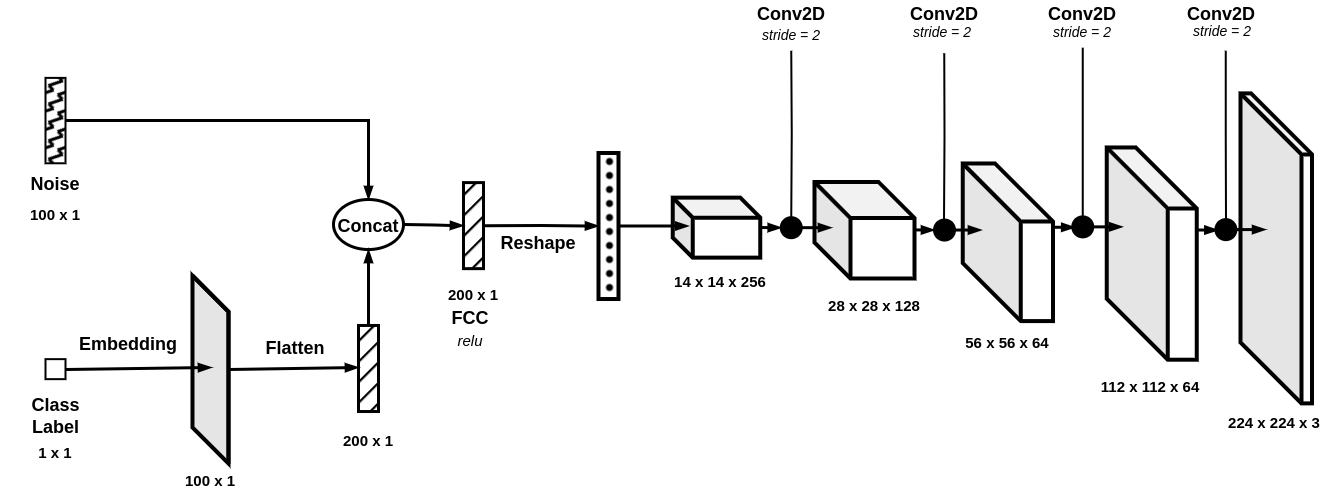
viniciusrpb/drawio_flowcharts keeps this draw.io diagram as generator.png. Above is the earlier version. Source tidied: cells renumbered, new cells last; positions are measured from the earlier drawing's top-left corner, leaving out a move shared by most shapes.
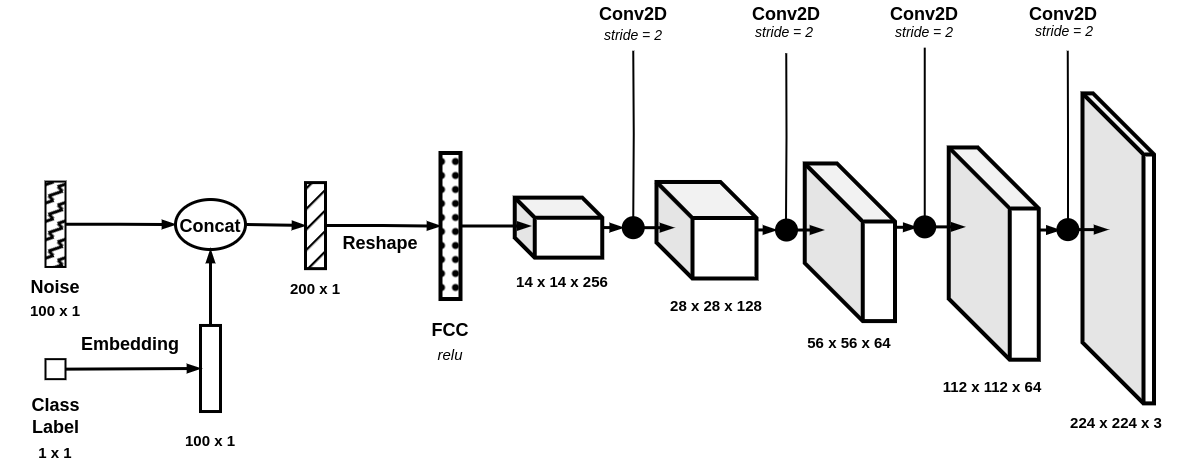
Above is the later version.

Change to the diagram source:
```diff
@@ -6,16 +6,16 @@
       <mxGeometry relative="1" as="geometry" />
     </mxCell>
     <mxCell id="3" style="rounded=0;whiteSpace=wrap;html=1;strokeWidth=2;fillStyle=zigzag-line;fillColor=#000000;" parent="1" vertex="1">
-      <mxGeometry x="45" y="78.4" width="20" height="85.4" as="geometry" />
+      <mxGeometry x="203" y="182.1" width="20" height="85.4" as="geometry" />
     </mxCell>
     <mxCell id="4" value="&lt;div style=&quot;font-size: 18px;&quot;&gt;Noise&lt;/div&gt;" style="text;html=1;strokeColor=none;fillColor=none;align=center;verticalAlign=middle;whiteSpace=wrap;rounded=0;fontSize=18;fontStyle=1;strokeWidth=4;" parent="1" vertex="1">
-      <mxGeometry x="25" y="169.8" width="60" height="30" as="geometry" />
+      <mxGeometry x="183" y="273.5" width="60" height="30" as="geometry" />
     </mxCell>
     <mxCell id="5" style="rounded=0;whiteSpace=wrap;html=1;strokeWidth=2;fillStyle=solid;fillColor=#FFFFFF;" parent="1" vertex="1">
-      <mxGeometry x="45" y="359.6" width="20" height="20" as="geometry" />
+      <mxGeometry x="203" y="359.6" width="20" height="20" as="geometry" />
     </mxCell>
     <mxCell id="6" value="&lt;div style=&quot;font-size: 18px;&quot;&gt;Class Label&lt;/div&gt;" style="text;html=1;strokeColor=none;fillColor=none;align=center;verticalAlign=middle;whiteSpace=wrap;rounded=0;fontSize=18;fontStyle=1;strokeWidth=4;" parent="1" vertex="1">
-      <mxGeometry x="18.5" y="401.6" width="73" height="30" as="geometry" />
+      <mxGeometry x="176.5" y="401.6" width="73" height="30" as="geometry" />
     </mxCell>
     <mxCell id="7" style="edgeStyle=orthogonalEdgeStyle;rounded=0;jettySize=auto;html=1;exitX=1;exitY=0.5;exitDx=0;exitDy=0;entryX=0;entryY=0.5;entryDx=0;entryDy=0;strokeWidth=3;endArrow=blockThin;endFill=1;" parent="1" edge="1" target="60">
       <mxGeometry relative="1" as="geometry">
@@ -49,9 +49,6 @@
     <mxCell id="16" style="shape=cube;whiteSpace=wrap;html=1;boundedLbl=1;backgroundOutline=1;darkOpacity=0.05;darkOpacity2=0.1;strokeWidth=4;size=61;fillColor=default;gradientColor=none;" parent="1" vertex="1">
       <mxGeometry x="1240" y="93.9" width="71.5" height="310" as="geometry" />
     </mxCell>
-    <mxCell id="17" value="&lt;div style=&quot;font-size: 15px;&quot;&gt;100 x 1&lt;/div&gt;" style="text;html=1;strokeColor=none;fillColor=none;align=center;verticalAlign=middle;whiteSpace=wrap;rounded=0;fontSize=15;fontStyle=1;strokeWidth=4;" parent="1" vertex="1">
-      <mxGeometry x="155" y="466" width="110" height="30" as="geometry" />
-    </mxCell>
     <mxCell id="18" value="&lt;div style=&quot;font-size: 15px;&quot;&gt;14 x 14 x 256&lt;/div&gt;" style="text;html=1;strokeColor=none;fillColor=none;align=center;verticalAlign=middle;whiteSpace=wrap;rounded=0;fontSize=15;fontStyle=1;strokeWidth=4;" parent="1" vertex="1">
       <mxGeometry x="665" y="267.4" width="110" height="30" as="geometry" />
     </mxCell>
@@ -65,7 +62,7 @@
       <mxGeometry x="1191.9" y="16" width="60" height="32.1" as="geometry" />
     </mxCell>
     <mxCell id="22" value="Embedding" style="text;html=1;align=center;verticalAlign=middle;whiteSpace=wrap;rounded=0;fontStyle=1;fontSize=18;" parent="1" vertex="1">
-      <mxGeometry x="98" y="330.2" width="60" height="30" as="geometry" />
+      <mxGeometry x="258" y="330.2" width="60" height="30" as="geometry" />
     </mxCell>
     <mxCell id="23" style="edgeStyle=orthogonalEdgeStyle;rounded=0;jettySize=auto;html=1;strokeWidth=3;endArrow=blockThin;endFill=1;" parent="1" edge="1" source="24">
       <mxGeometry relative="1" as="geometry">
@@ -76,25 +73,25 @@
       <mxGeometry x="598" y="153.5" width="20" height="146" as="geometry" />
     </mxCell>
     <mxCell id="25" value="&lt;div&gt;relu&lt;/div&gt;" style="text;html=1;align=center;verticalAlign=middle;whiteSpace=wrap;rounded=0;fontSize=15;fontStyle=2;" parent="1" vertex="1">
-      <mxGeometry x="435" y="325" width="70" height="32.3" as="geometry" />
+      <mxGeometry x="573" y="339.4" width="70" height="32.3" as="geometry" />
     </mxCell>
     <mxCell id="26" value="Reshape" style="text;html=1;align=center;verticalAlign=middle;whiteSpace=wrap;rounded=0;fontStyle=1;fontSize=18;" parent="1" vertex="1">
       <mxGeometry x="508" y="228.7" width="60" height="30" as="geometry" />
     </mxCell>
     <mxCell id="27" value="FCC" style="text;html=1;align=center;verticalAlign=middle;whiteSpace=wrap;rounded=0;fontStyle=1;fontSize=18;" parent="1" vertex="1">
-      <mxGeometry x="440" y="304.2" width="60" height="30" as="geometry" />
+      <mxGeometry x="578" y="316" width="60" height="30" as="geometry" />
     </mxCell>
     <mxCell id="28" style="edgeStyle=orthogonalEdgeStyle;rounded=0;jettySize=auto;html=1;entryX=0.5;entryY=1;entryDx=0;entryDy=0;strokeWidth=3;endArrow=blockThin;endFill=1;" parent="1" edge="1" source="29" target="8">
       <mxGeometry relative="1" as="geometry" />
     </mxCell>
-    <mxCell id="29" style="rounded=0;whiteSpace=wrap;html=1;strokeWidth=3;fillStyle=hatch;fillColor=#000000;" parent="1" vertex="1">
+    <mxCell id="29" style="rounded=0;whiteSpace=wrap;html=1;strokeWidth=3;fillStyle=hatch;" parent="1" vertex="1">
       <mxGeometry x="358" y="326" width="20" height="86" as="geometry" />
     </mxCell>
     <mxCell id="30" value="&lt;div style=&quot;font-size: 15px;&quot;&gt;100 x 1&lt;/div&gt;" style="text;html=1;strokeColor=none;fillColor=none;align=center;verticalAlign=middle;whiteSpace=wrap;rounded=0;fontSize=15;fontStyle=1;strokeWidth=4;" parent="1" vertex="1">
-      <mxGeometry y="199.8" width="110" height="30" as="geometry" />
+      <mxGeometry x="158" y="296" width="110" height="30" as="geometry" />
     </mxCell>
     <mxCell id="31" value="&lt;div style=&quot;font-size: 15px;&quot;&gt;1 x 1&lt;/div&gt;" style="text;html=1;strokeColor=none;fillColor=none;align=center;verticalAlign=middle;whiteSpace=wrap;rounded=0;fontSize=15;fontStyle=1;strokeWidth=4;" parent="1" vertex="1">
-      <mxGeometry y="438.2" width="110" height="30" as="geometry" />
+      <mxGeometry x="158" y="438.2" width="110" height="30" as="geometry" />
     </mxCell>
     <mxCell id="32" value="Conv2D" style="text;html=1;align=center;verticalAlign=middle;whiteSpace=wrap;rounded=0;fontStyle=1;fontSize=18;" parent="1" vertex="1">
       <mxGeometry x="760.8" y="0.4" width="60" height="30" as="geometry" />
@@ -191,25 +188,10 @@
         <mxPoint x="1217.4" y="230.6" as="targetPoint" />
       </mxGeometry>
     </mxCell>
-    <mxCell id="54" style="shape=cube;whiteSpace=wrap;html=1;boundedLbl=1;backgroundOutline=1;darkOpacity=0.05;darkOpacity2=0.1;strokeWidth=4;size=61;fillColor=default;gradientColor=none;" parent="1" vertex="1">
-      <mxGeometry x="192" y="276.2" width="36" height="187.8" as="geometry" />
-    </mxCell>
-    <mxCell id="55" style="endArrow=blockThin;html=1;rounded=0;strokeWidth=3;endFill=1;" parent="1" edge="1">
-      <mxGeometry relative="1" as="geometry">
-        <mxPoint x="65" y="370" as="sourcePoint" />
-        <mxPoint x="211" y="368" as="targetPoint" />
-      </mxGeometry>
+    <mxCell id="55" style="endArrow=blockThin;html=1;rounded=0;strokeWidth=3;endFill=1;entryX=0;entryY=0.5;entryDx=0;entryDy=0;exitX=1;exitY=0.5;exitDx=0;exitDy=0;" parent="1" edge="1" source="5" target="29">
+      <mxGeometry relative="1" as="geometry" />
     </mxCell>
-    <mxCell id="56" style="endArrow=blockThin;html=1;rounded=0;strokeWidth=3;endFill=1;" parent="1" edge="1">
-      <mxGeometry relative="1" as="geometry">
-        <mxPoint x="228" y="370" as="sourcePoint" />
-        <mxPoint x="358" y="368" as="targetPoint" />
-      </mxGeometry>
-    </mxCell>
-    <mxCell id="57" value="Flatten" style="text;html=1;align=center;verticalAlign=middle;whiteSpace=wrap;rounded=0;fontStyle=1;fontSize=18;" parent="1" vertex="1">
-      <mxGeometry x="265" y="334.2" width="60" height="30" as="geometry" />
-    </mxCell>
-    <mxCell id="58" value="&lt;div style=&quot;font-size: 15px;&quot;&gt;200 x 1&lt;/div&gt;" style="text;html=1;strokeColor=none;fillColor=none;align=center;verticalAlign=middle;whiteSpace=wrap;rounded=0;fontSize=15;fontStyle=1;strokeWidth=4;" parent="1" vertex="1">
+    <mxCell id="58" value="&lt;div style=&quot;font-size: 15px;&quot;&gt;100 x 1&lt;/div&gt;" style="text;html=1;strokeColor=none;fillColor=none;align=center;verticalAlign=middle;whiteSpace=wrap;rounded=0;fontSize=15;fontStyle=1;strokeWidth=4;" parent="1" vertex="1">
       <mxGeometry x="313" y="426" width="110" height="30" as="geometry" />
     </mxCell>
     <mxCell id="59" style="edgeStyle=orthogonalEdgeStyle;rounded=0;jettySize=auto;html=1;exitX=1;exitY=0.5;exitDx=0;exitDy=0;entryX=0;entryY=0.5;entryDx=0;entryDy=0;strokeWidth=3;endArrow=blockThin;endFill=1;" parent="1" edge="1" source="60" target="24">
@@ -219,7 +201,7 @@
       <mxGeometry x="463" y="183.1" width="20" height="86" as="geometry" />
     </mxCell>
     <mxCell id="61" value="&lt;div style=&quot;font-size: 15px;&quot;&gt;200 x 1&lt;/div&gt;" style="text;html=1;strokeColor=none;fillColor=none;align=center;verticalAlign=middle;whiteSpace=wrap;rounded=0;fontSize=15;fontStyle=1;strokeWidth=4;" parent="1" vertex="1">
-      <mxGeometry x="418" y="279.6" width="110" height="30" as="geometry" />
+      <mxGeometry x="418" y="274.2" width="110" height="30" as="geometry" />
     </mxCell>
   </root>
 </mxGraphModel>
```
